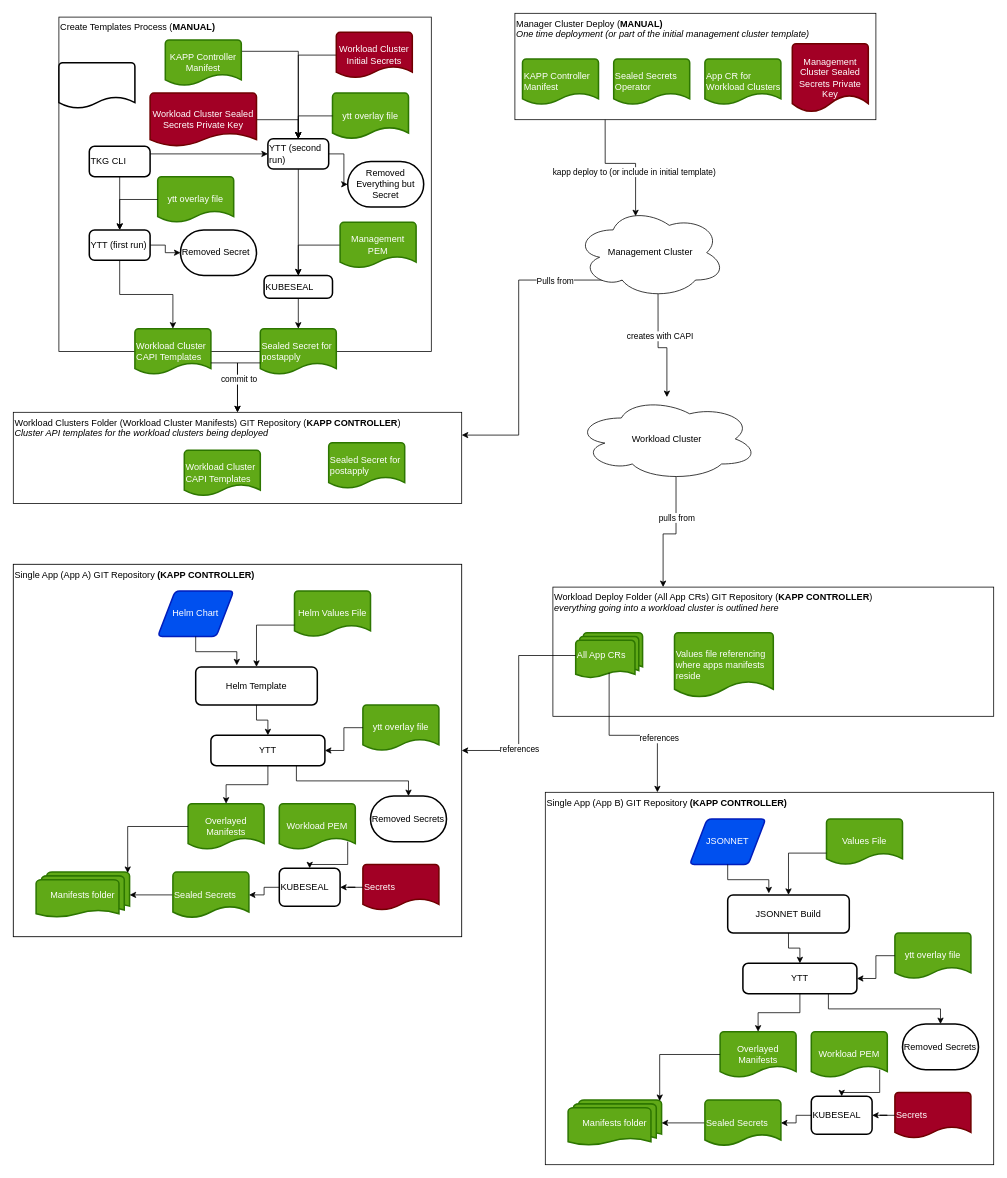
voor/cluster-api-gitops keeps this draw.io diagram as page "Variables Flow" (2 of 2) of gitops.dio. Above is the earlier version. Source tidied: cells renumbered, new cells numbered last; positions are measured from the earlier drawing's top-left corner, leaving out a move shared by most shapes. Both pictures are drawn from the tidied source at 76%, with x=0, y=0 at pixel (13, 13).
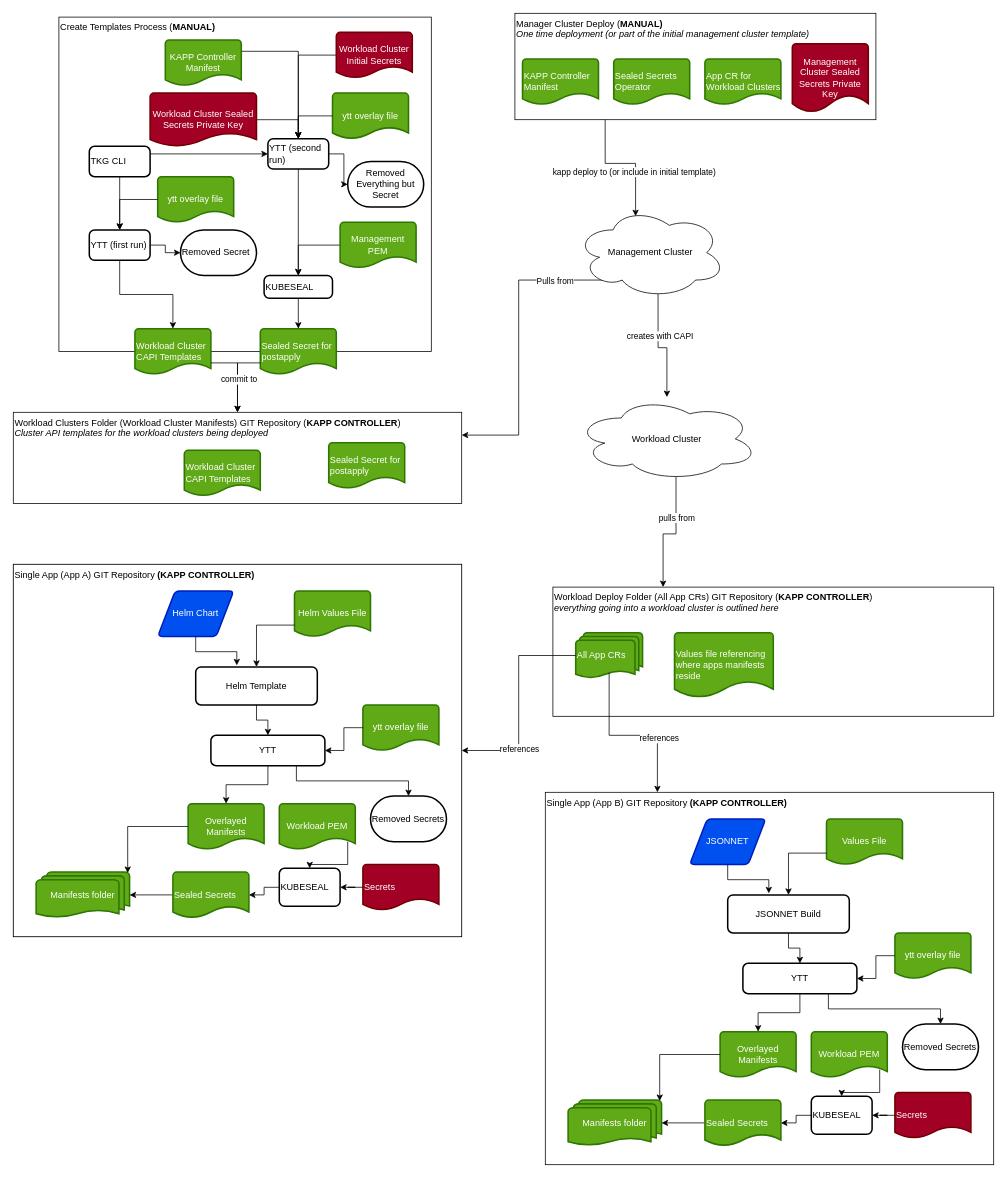
The same page after the edit.

Commit message (it also covers changes not shown here):
Update calico and gitops diagram.

What changed in the source:
```diff
@@
-    <mxCell id="113" style="strokeWidth=2;html=1;shape=mxgraph.flowchart.document2;whiteSpace=wrap;size=0.25;" parent="1" vertex="1">
-      <mxGeometry x="60" y="65" width="100" height="60" as="geometry" />
-    </mxCell>
```
